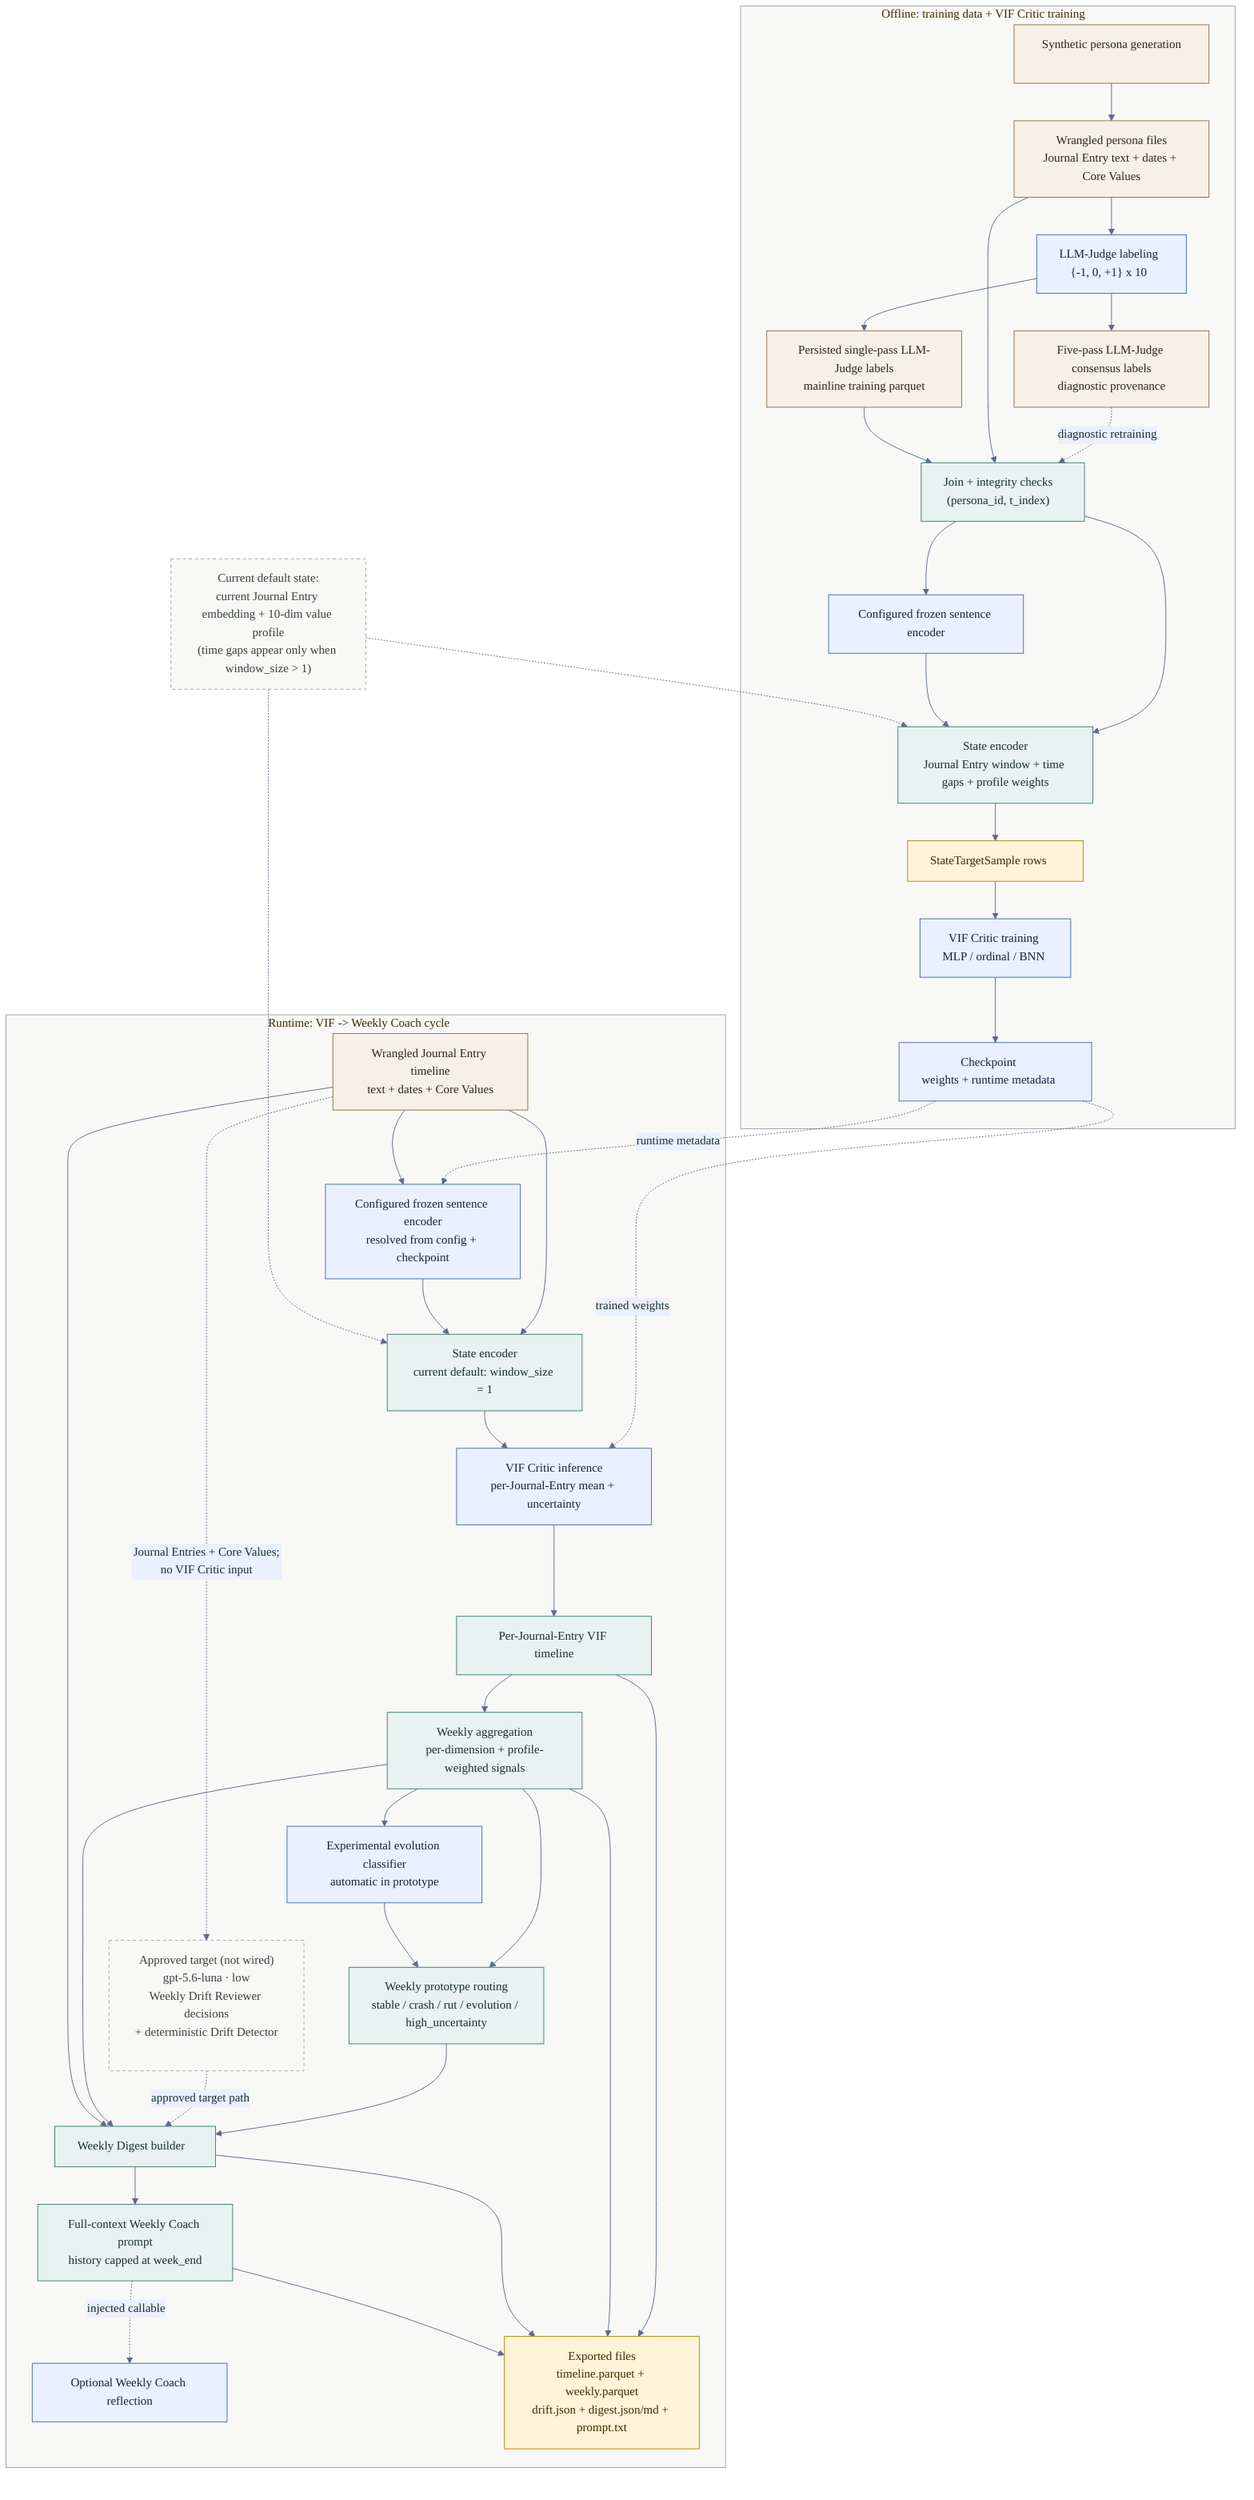
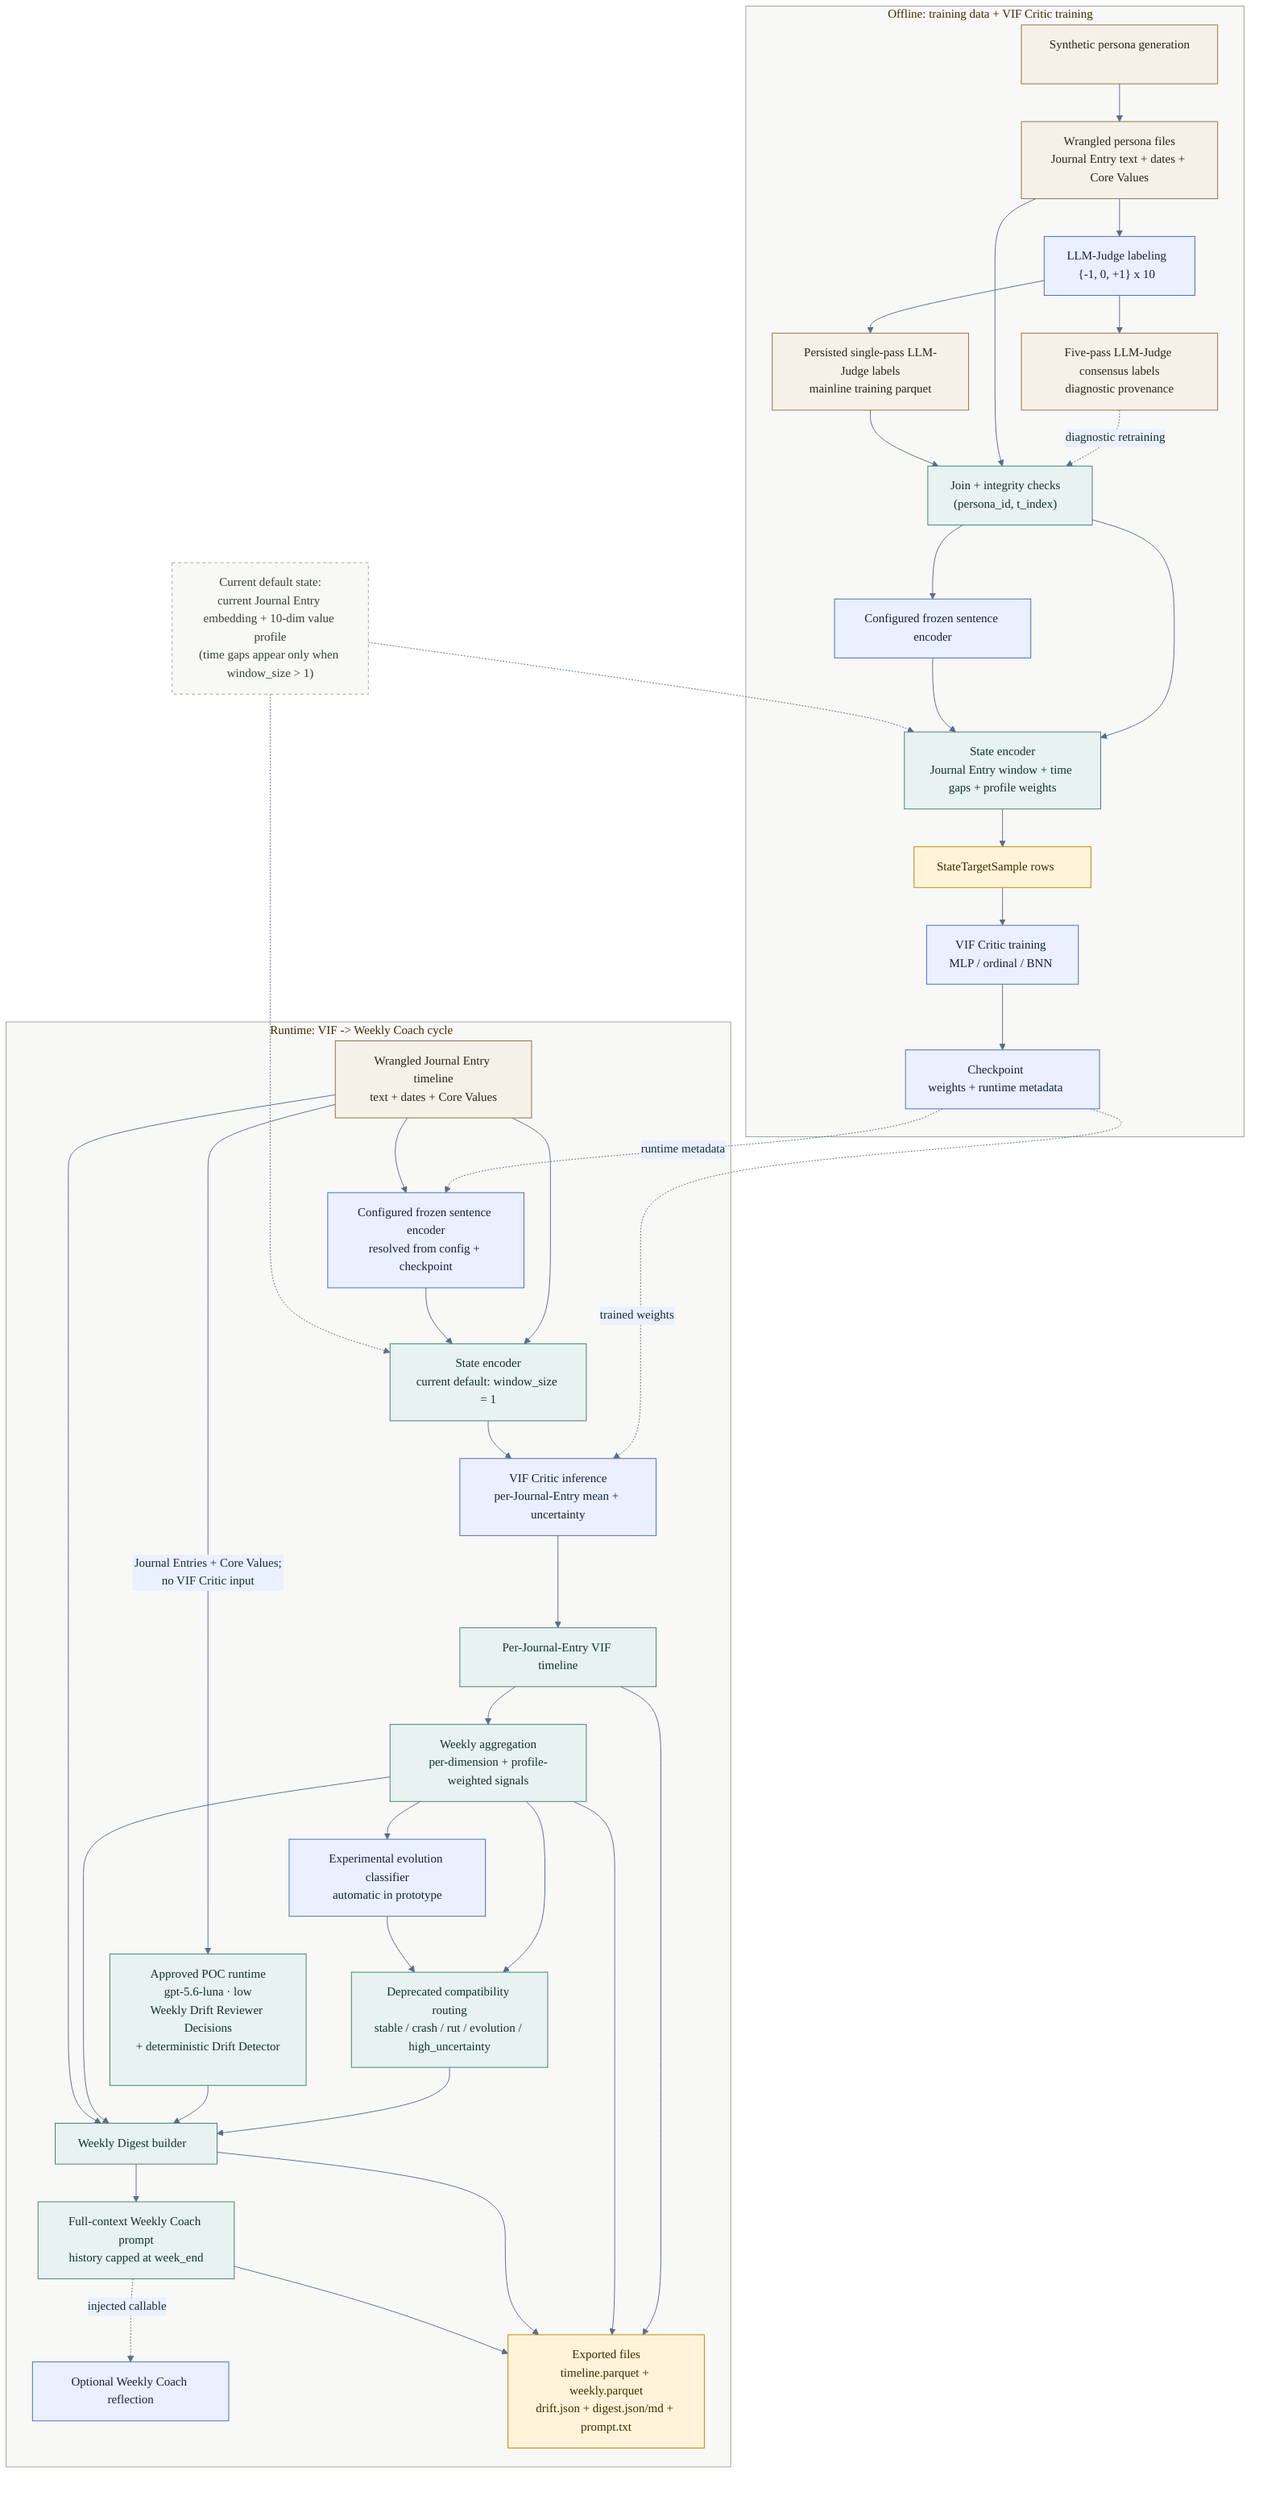
%%{init: {
  'theme': 'base',
  'themeVariables': {
    'fontFamily': 'ui-sans-serif, system-ui, sans-serif',
    'primaryColor': '#E8F2F0',
    'primaryTextColor': '#16302D',
    'primaryBorderColor': '#3F7C73',
    'lineColor': '#5B6B88',
    'secondaryColor': '#EAF0FF',
    'secondaryTextColor': '#15223E',
    'secondaryBorderColor': '#4767B3',
    'tertiaryColor': '#FFF4D9',
    'tertiaryTextColor': '#3B2C00',
    'tertiaryBorderColor': '#B38600',
    'clusterBkg': '#F8F8F6',
    'clusterBorder': '#9CA39A'
  }
}}%%
flowchart TB
    classDef data fill:#F6F1E8,stroke:#8B6F47,color:#2D2418;
    classDef process fill:#E8F2F0,stroke:#3F7C73,color:#16302D;
    classDef model fill:#EAF0FF,stroke:#4767B3,color:#15223E;
    classDef artifact fill:#FFF4D9,stroke:#B38600,color:#3B2C00;
    classDef note fill:#F8F8F6,stroke:#9CA39A,color:#36413B,stroke-dasharray: 4 4;

    subgraph offline["Offline: training data + VIF Critic training"]
        generator["Synthetic persona generation"]
        wrangled_train["Wrangled persona files<br/>Journal Entry text + dates + Core Values"]
        judge["LLM-Judge labeling<br/>{-1, 0, +1} x 10"]
        labels["Persisted single-pass LLM-Judge labels<br/>mainline training parquet"]
        consensus["Five-pass LLM-Judge consensus labels<br/>diagnostic provenance"]
        merge["Join + integrity checks<br/>(persona_id, t_index)"]
        encoder_train["Configured frozen sentence encoder"]
        state_train["State encoder<br/>Journal Entry window + time gaps + profile weights"]
        dataset["StateTargetSample rows"]
        critic_train["VIF Critic training<br/>MLP / ordinal / BNN"]
        checkpoint["Checkpoint<br/>weights + runtime metadata"]
    end

    subgraph runtime["Runtime: VIF -> Weekly Coach cycle"]
        wrangled_runtime["Wrangled Journal Entry timeline<br/>text + dates + Core Values"]
        encoder_runtime["Configured frozen sentence encoder<br/>resolved from config + checkpoint"]
        state_runtime["State encoder<br/>current default: window_size = 1"]
        critic["VIF Critic inference<br/>per-Journal-Entry mean + uncertainty"]
        timeline["Per-Journal-Entry VIF timeline"]
        weekly["Weekly aggregation<br/>per-dimension + profile-weighted signals"]
        evolution["Experimental evolution classifier<br/>automatic in prototype"]
-         drift["Weekly prototype routing<br/>stable / crash / rut / evolution / high_uncertainty"]
-         drift_v1["Approved target (not wired)<br/>gpt-5.6-luna · low<br/>Weekly Drift Reviewer decisions<br/>+ deterministic Drift Detector"]
+         drift["Deprecated compatibility routing<br/>stable / crash / rut / evolution / high_uncertainty"]
+         drift_v1["Approved POC runtime<br/>gpt-5.6-luna · low<br/>Weekly Drift Reviewer Decisions<br/>+ deterministic Drift Detector"]
        digest["Weekly Digest builder"]
        prompt["Full-context Weekly Coach prompt<br/>history capped at week_end"]
        coach["Optional Weekly Coach reflection"]
        exports["Exported files<br/>timeline.parquet + weekly.parquet<br/>drift.json + digest.json/md + prompt.txt"]
    end

    default_note["Current default state:<br/>current Journal Entry embedding + 10-dim value profile<br/>(time gaps appear only when window_size > 1)"]

    generator --> wrangled_train
    wrangled_train --> judge
    judge --> labels
    judge --> consensus
    consensus -. "diagnostic retraining" .-> merge
    wrangled_train --> merge
    labels --> merge
    merge --> encoder_train
    merge --> state_train
    encoder_train --> state_train
    state_train --> dataset
    dataset --> critic_train
    critic_train --> checkpoint

    checkpoint -. "trained weights" .-> critic
    checkpoint -. "runtime metadata" .-> encoder_runtime
    wrangled_runtime --> encoder_runtime
    wrangled_runtime --> state_runtime
    encoder_runtime --> state_runtime
    state_runtime --> critic
    critic --> timeline
    timeline --> weekly
    weekly --> drift
    weekly --> evolution --> drift
-     wrangled_runtime -. "Journal Entries + Core Values;<br/>no VIF Critic input" .-> drift_v1
+     wrangled_runtime -->|"Journal Entries + Core Values;<br/>no VIF Critic input"| drift_v1
    drift --> digest
-     drift_v1 -. "approved target path" .-> digest
+     drift_v1 --> digest
    weekly --> digest
    wrangled_runtime --> digest
    digest --> prompt
    prompt -. "injected callable" .-> coach
    timeline --> exports
    weekly --> exports
    digest --> exports
    prompt --> exports

    default_note -.-> state_train
    default_note -.-> state_runtime

    class generator,wrangled_train,labels,consensus,wrangled_runtime data;
-     class merge,state_train,state_runtime,weekly,drift,digest,prompt process;
+     class merge,state_train,state_runtime,weekly,drift,drift_v1,digest,prompt process;
    class judge,encoder_train,encoder_runtime,critic_train,checkpoint,critic,coach,evolution model;
    class dataset,exports artifact;
-     class default_note,drift_v1 note;
+     class default_note note;
